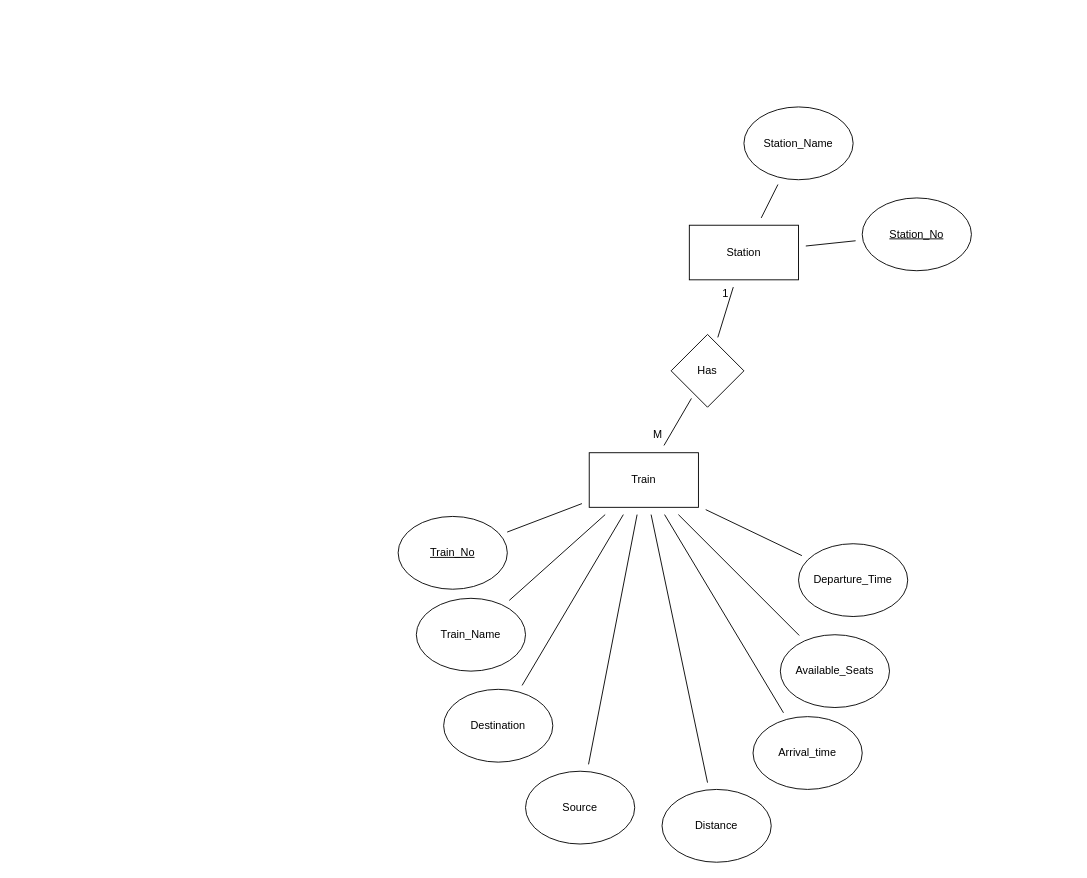
Earlier version of the draw.io diagram Railway-Management-System.drawio (TopVirusMinus/Railway-Management-System-Database). Source tidied: cells renumbered, new cells numbered last; positions are measured from the earlier drawing's top-left corner, leaving out a move shared by most shapes. Both pictures are drawn from the tidied source at 91%, with x=0, y=0 at pixel (398, 106).
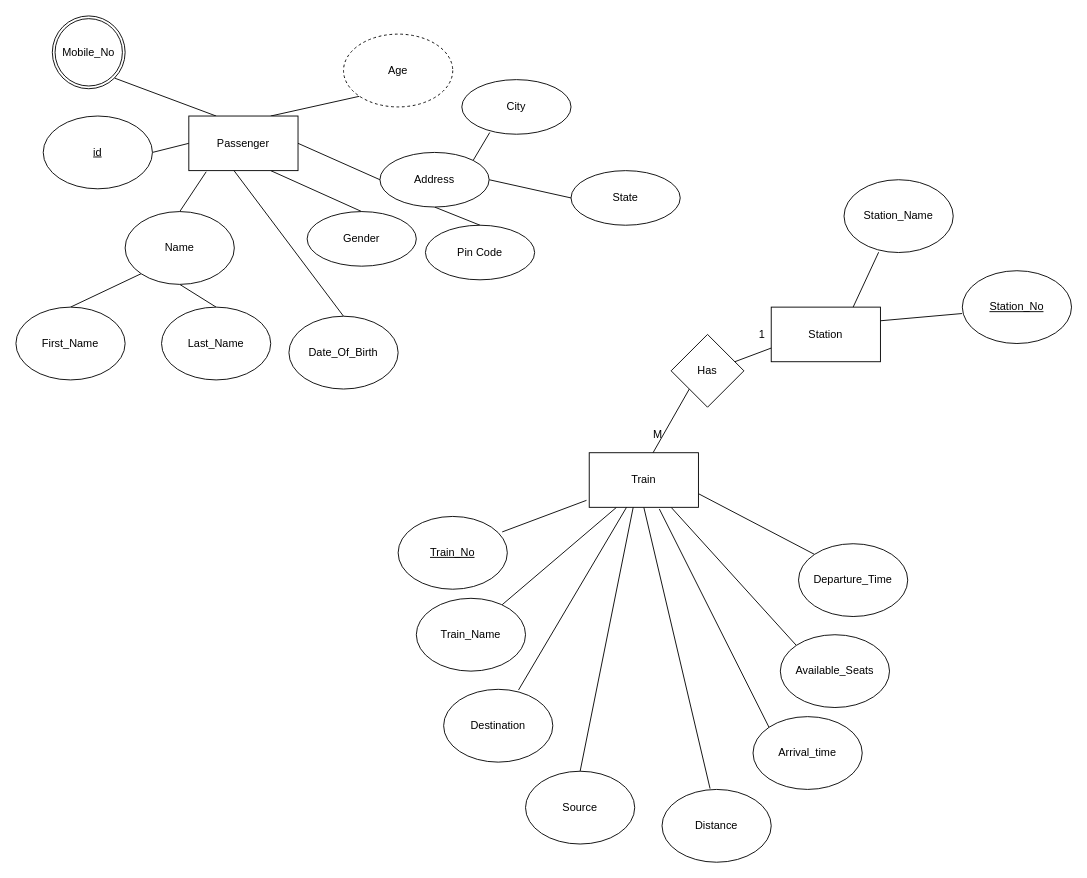
The same diagram, later.

Commit message:
Added Passenger Entity

Unchanged cells that the change refers to:
```xml
<mxCell id="11" value="Train" style="rounded=0;whiteSpace=wrap;html=1;hachureGap=4;" parent="1" vertex="1">
  <mxGeometry x="210" y="380" width="120" height="60" as="geometry" />
</mxCell>
<mxCell id="12" value="Arrival_time" style="ellipse;whiteSpace=wrap;html=1;hachureGap=4;" parent="1" vertex="1">
  <mxGeometry x="390" y="670" width="120" height="80" as="geometry" />
</mxCell>
<mxCell id="13" value="Source" style="ellipse;whiteSpace=wrap;html=1;hachureGap=4;" parent="1" vertex="1">
  <mxGeometry x="140" y="730" width="120" height="80" as="geometry" />
</mxCell>
<mxCell id="14" value="Destination" style="ellipse;whiteSpace=wrap;html=1;hachureGap=4;" parent="1" vertex="1">
  <mxGeometry x="50" y="640" width="120" height="80" as="geometry" />
</mxCell>
<mxCell id="15" value="Available_Seats" style="ellipse;whiteSpace=wrap;html=1;hachureGap=4;" parent="1" vertex="1">
  <mxGeometry x="420" y="580" width="120" height="80" as="geometry" />
</mxCell>
<mxCell id="16" value="Departure_Time" style="ellipse;whiteSpace=wrap;html=1;hachureGap=4;" parent="1" vertex="1">
  <mxGeometry x="440" y="480" width="120" height="80" as="geometry" />
</mxCell>
<mxCell id="17" value="Distance" style="ellipse;whiteSpace=wrap;html=1;hachureGap=4;" parent="1" vertex="1">
  <mxGeometry x="290" y="750" width="120" height="80" as="geometry" />
</mxCell>
<mxCell id="18" value="Train_Name" style="ellipse;whiteSpace=wrap;html=1;hachureGap=4;" parent="1" vertex="1">
  <mxGeometry x="20" y="540" width="120" height="80" as="geometry" />
</mxCell>
<mxCell id="19" value="&lt;u&gt;Train_No&lt;/u&gt;" style="ellipse;whiteSpace=wrap;html=1;hachureGap=4;" parent="1" vertex="1">
  <mxGeometry y="450" width="120" height="80" as="geometry" />
</mxCell>
<mxCell id="26" value="Has" style="rhombus;whiteSpace=wrap;html=1;hachureGap=4;" parent="1" vertex="1">
  <mxGeometry x="300" y="250" width="80" height="80" as="geometry" />
</mxCell>
```

Diff of the diagram source:
```diff
@@
-    <mxCell id="2" style="endArrow=none;html=1;rounded=0;sourcePerimeterSpacing=8;targetPerimeterSpacing=8;" parent="1" edge="1" source="11" target="18">
+    <mxCell id="2" style="endArrow=none;html=1;rounded=0;sourcePerimeterSpacing=8;targetPerimeterSpacing=8;entryX=0.786;entryY=0.088;entryDx=0;entryDy=0;entryPerimeter=0;exitX=0.25;exitY=1;exitDx=0;exitDy=0;" parent="1" edge="1" source="11" target="18">
       <mxGeometry relative="1" as="geometry" />
     </mxCell>
-    <mxCell id="3" style="endArrow=none;html=1;rounded=0;sourcePerimeterSpacing=8;targetPerimeterSpacing=8;" parent="1" edge="1" source="11" target="13">
+    <mxCell id="3" style="endArrow=none;html=1;rounded=0;sourcePerimeterSpacing=8;targetPerimeterSpacing=8;entryX=0.5;entryY=0;entryDx=0;entryDy=0;exitX=0.405;exitY=0.977;exitDx=0;exitDy=0;exitPerimeter=0;" parent="1" edge="1" source="11" target="13">
       <mxGeometry relative="1" as="geometry" />
     </mxCell>
-    <mxCell id="4" style="endArrow=none;html=1;rounded=0;sourcePerimeterSpacing=8;targetPerimeterSpacing=8;" parent="1" edge="1" source="11" target="19">
+    <mxCell id="4" style="endArrow=none;html=1;rounded=0;sourcePerimeterSpacing=8;targetPerimeterSpacing=8;exitX=-0.025;exitY=0.872;exitDx=0;exitDy=0;exitPerimeter=0;entryX=0.953;entryY=0.213;entryDx=0;entryDy=0;entryPerimeter=0;" parent="1" edge="1" source="11" target="19">
       <mxGeometry relative="1" as="geometry" />
     </mxCell>
-    <mxCell id="5" style="endArrow=none;html=1;rounded=0;sourcePerimeterSpacing=8;targetPerimeterSpacing=8;" parent="1" edge="1" source="11" target="17">
+    <mxCell id="5" style="endArrow=none;html=1;rounded=0;sourcePerimeterSpacing=8;targetPerimeterSpacing=8;exitX=0.5;exitY=1;exitDx=0;exitDy=0;entryX=0.44;entryY=-0.011;entryDx=0;entryDy=0;entryPerimeter=0;" parent="1" edge="1" source="11" target="17">
       <mxGeometry relative="1" as="geometry" />
     </mxCell>
-    <mxCell id="6" style="endArrow=none;html=1;rounded=0;sourcePerimeterSpacing=8;targetPerimeterSpacing=8;" parent="1" edge="1" source="11" target="12">
+    <mxCell id="6" style="endArrow=none;html=1;rounded=0;sourcePerimeterSpacing=8;targetPerimeterSpacing=8;entryX=0;entryY=0;entryDx=0;entryDy=0;exitX=0.642;exitY=1.03;exitDx=0;exitDy=0;exitPerimeter=0;" parent="1" edge="1" source="11" target="12">
       <mxGeometry relative="1" as="geometry" />
     </mxCell>
-    <mxCell id="7" style="endArrow=none;html=1;rounded=0;sourcePerimeterSpacing=8;targetPerimeterSpacing=8;" parent="1" edge="1" source="11" target="15">
+    <mxCell id="7" style="endArrow=none;html=1;rounded=0;sourcePerimeterSpacing=8;targetPerimeterSpacing=8;entryX=0;entryY=0;entryDx=0;entryDy=0;exitX=0.75;exitY=1;exitDx=0;exitDy=0;" parent="1" edge="1" source="11" target="15">
       <mxGeometry relative="1" as="geometry" />
     </mxCell>
-    <mxCell id="8" style="endArrow=none;html=1;rounded=0;sourcePerimeterSpacing=8;targetPerimeterSpacing=8;" parent="1" edge="1" source="11" target="16">
+    <mxCell id="8" style="endArrow=none;html=1;rounded=0;sourcePerimeterSpacing=8;targetPerimeterSpacing=8;entryX=0;entryY=0;entryDx=0;entryDy=0;exitX=1;exitY=0.75;exitDx=0;exitDy=0;" parent="1" edge="1" source="11" target="16">
       <mxGeometry relative="1" as="geometry" />
     </mxCell>
-    <mxCell id="9" style="endArrow=none;html=1;rounded=0;sourcePerimeterSpacing=8;targetPerimeterSpacing=8;" parent="1" edge="1" source="11" target="14">
+    <mxCell id="9" style="endArrow=none;html=1;rounded=0;sourcePerimeterSpacing=8;targetPerimeterSpacing=8;exitX=0.343;exitY=0.995;exitDx=0;exitDy=0;exitPerimeter=0;entryX=0.686;entryY=0.009;entryDx=0;entryDy=0;entryPerimeter=0;" parent="1" edge="1" source="11" target="14">
       <mxGeometry relative="1" as="geometry" />
     </mxCell>
-    <mxCell id="10" style="endArrow=none;html=1;rounded=0;sourcePerimeterSpacing=8;targetPerimeterSpacing=8;" parent="1" edge="1" source="11" target="26">
+    <mxCell id="10" style="endArrow=none;html=1;rounded=0;sourcePerimeterSpacing=8;targetPerimeterSpacing=8;exitX=0.571;exitY=0.047;exitDx=0;exitDy=0;exitPerimeter=0;entryX=0;entryY=1;entryDx=0;entryDy=0;" parent="1" edge="1" source="11" target="26">
       <mxGeometry relative="1" as="geometry" />
     </mxCell>
@@
-    <mxCell id="20" style="endArrow=none;html=1;rounded=0;sourcePerimeterSpacing=8;targetPerimeterSpacing=8;" parent="1" edge="1" source="22" target="24">
+    <mxCell id="20" style="endArrow=none;html=1;rounded=0;sourcePerimeterSpacing=8;targetPerimeterSpacing=8;exitX=0.75;exitY=0;exitDx=0;exitDy=0;entryX=0.317;entryY=0.996;entryDx=0;entryDy=0;entryPerimeter=0;" parent="1" edge="1" source="22" target="24">
       <mxGeometry relative="1" as="geometry" />
     </mxCell>
-    <mxCell id="21" style="endArrow=none;html=1;rounded=0;sourcePerimeterSpacing=8;targetPerimeterSpacing=8;" parent="1" edge="1" source="22" target="23">
+    <mxCell id="21" style="endArrow=none;html=1;rounded=0;sourcePerimeterSpacing=8;targetPerimeterSpacing=8;exitX=1;exitY=0.25;exitDx=0;exitDy=0;entryX=-0.003;entryY=0.588;entryDx=0;entryDy=0;entryPerimeter=0;" parent="1" edge="1" source="22" target="23">
       <mxGeometry relative="1" as="geometry" />
     </mxCell>
     <mxCell id="22" value="Station" style="rounded=0;whiteSpace=wrap;html=1;hachureGap=4;" parent="1" vertex="1">
-      <mxGeometry x="320" y="130" width="120" height="60" as="geometry" />
+      <mxGeometry x="410" y="220" width="120" height="60" as="geometry" />
     </mxCell>
     <mxCell id="23" value="&lt;u&gt;Station_No&lt;/u&gt;" style="ellipse;whiteSpace=wrap;html=1;hachureGap=4;" parent="1" vertex="1">
-      <mxGeometry x="510" y="100" width="120" height="80" as="geometry" />
+      <mxGeometry x="620" y="180" width="120" height="80" as="geometry" />
     </mxCell>
     <mxCell id="24" value="Station_Name" style="ellipse;whiteSpace=wrap;html=1;hachureGap=4;" parent="1" vertex="1">
-      <mxGeometry x="380" width="120" height="80" as="geometry" />
+      <mxGeometry x="490" y="80" width="120" height="80" as="geometry" />
     </mxCell>
-    <mxCell id="25" style="endArrow=none;html=1;rounded=0;sourcePerimeterSpacing=8;targetPerimeterSpacing=8;" parent="1" edge="1" source="26" target="22">
+    <mxCell id="25" style="endArrow=none;html=1;rounded=0;sourcePerimeterSpacing=8;targetPerimeterSpacing=8;exitX=0.851;exitY=0.384;exitDx=0;exitDy=0;exitPerimeter=0;entryX=0;entryY=0.75;entryDx=0;entryDy=0;" parent="1" edge="1" source="26" target="22">
       <mxGeometry relative="1" as="geometry" />
     </mxCell>
@@
     <mxCell id="27" value="1" style="text;strokeColor=none;fillColor=none;html=1;align=center;verticalAlign=middle;whiteSpace=wrap;rounded=0;hachureGap=4;" parent="1" vertex="1">
-      <mxGeometry x="330" y="190" width="60" height="30" as="geometry" />
+      <mxGeometry x="370" y="235" width="60" height="30" as="geometry" />
     </mxCell>
@@
+    <mxCell id="29" style="endArrow=none;html=1;rounded=0;sourcePerimeterSpacing=8;targetPerimeterSpacing=8;entryX=1;entryY=0.5;entryDx=0;entryDy=0;exitX=0;exitY=0.5;exitDx=0;exitDy=0;" parent="1" edge="1" source="36" target="40">
+      <mxGeometry relative="1" as="geometry" />
+    </mxCell>
+    <mxCell id="30" style="endArrow=none;html=1;rounded=0;sourcePerimeterSpacing=8;targetPerimeterSpacing=8;entryX=0.5;entryY=0;entryDx=0;entryDy=0;exitX=0.405;exitY=0.977;exitDx=0;exitDy=0;exitPerimeter=0;" parent="1" edge="1" source="36" target="37">
+      <mxGeometry relative="1" as="geometry" />
+    </mxCell>
+    <mxCell id="31" style="endArrow=none;html=1;rounded=0;sourcePerimeterSpacing=8;targetPerimeterSpacing=8;entryX=1;entryY=1;entryDx=0;entryDy=0;exitX=0.25;exitY=0;exitDx=0;exitDy=0;" parent="1" edge="1" source="36" target="39">
+      <mxGeometry relative="1" as="geometry" />
+    </mxCell>
+    <mxCell id="32" style="endArrow=none;html=1;rounded=0;sourcePerimeterSpacing=8;targetPerimeterSpacing=8;entryX=0;entryY=1;entryDx=0;entryDy=0;exitX=0.75;exitY=0;exitDx=0;exitDy=0;" parent="1" edge="1" source="36" target="38">
+      <mxGeometry relative="1" as="geometry" />
+    </mxCell>
+    <mxCell id="33" style="endArrow=none;html=1;rounded=0;sourcePerimeterSpacing=8;targetPerimeterSpacing=8;entryX=0.5;entryY=0;entryDx=0;entryDy=0;exitX=0.159;exitY=1.021;exitDx=0;exitDy=0;exitPerimeter=0;" parent="1" edge="1" source="36" target="43">
+      <mxGeometry relative="1" as="geometry" />
+    </mxCell>
+    <mxCell id="34" style="endArrow=none;html=1;rounded=0;sourcePerimeterSpacing=8;targetPerimeterSpacing=8;entryX=0.5;entryY=0;entryDx=0;entryDy=0;exitX=0.75;exitY=1;exitDx=0;exitDy=0;" parent="1" edge="1" source="36" target="46">
+      <mxGeometry relative="1" as="geometry" />
+    </mxCell>
+    <mxCell id="35" style="endArrow=none;html=1;rounded=0;sourcePerimeterSpacing=8;targetPerimeterSpacing=8;entryX=0;entryY=0.5;entryDx=0;entryDy=0;exitX=1;exitY=0.5;exitDx=0;exitDy=0;" parent="1" edge="1" source="36" target="50">
+      <mxGeometry relative="1" as="geometry" />
+    </mxCell>
+    <mxCell id="36" value="Passenger" style="rounded=0;whiteSpace=wrap;html=1;hachureGap=4;" parent="1" vertex="1">
+      <mxGeometry x="-230" y="10" width="120" height="60" as="geometry" />
+    </mxCell>
+    <mxCell id="37" value="Date_Of_Birth" style="ellipse;whiteSpace=wrap;html=1;hachureGap=4;" parent="1" vertex="1">
+      <mxGeometry x="-120" y="230" width="120" height="80" as="geometry" />
+    </mxCell>
+    <mxCell id="38" value="Age" style="ellipse;whiteSpace=wrap;html=1;hachureGap=4;dashed=1;" parent="1" vertex="1">
+      <mxGeometry x="-60" y="-80" width="120" height="80" as="geometry" />
+    </mxCell>
+    <mxCell id="39" value="Mobile_No" style="ellipse;shape=doubleEllipse;whiteSpace=wrap;html=1;hachureGap=4;margin=3;" parent="1" vertex="1">
+      <mxGeometry x="-380" y="-100" width="80" height="80" as="geometry" />
+    </mxCell>
+    <mxCell id="40" value="&lt;u&gt;id&lt;/u&gt;" style="ellipse;whiteSpace=wrap;html=1;hachureGap=4;" parent="1" vertex="1">
+      <mxGeometry x="-390" y="10" width="120" height="80" as="geometry" />
+    </mxCell>
+    <mxCell id="41" style="endArrow=none;html=1;rounded=0;sourcePerimeterSpacing=8;targetPerimeterSpacing=8;entryX=0.5;entryY=0;entryDx=0;entryDy=0;exitX=0;exitY=1;exitDx=0;exitDy=0;" parent="1" edge="1" source="43" target="44">
+      <mxGeometry relative="1" as="geometry" />
+    </mxCell>
+    <mxCell id="42" style="endArrow=none;html=1;rounded=0;sourcePerimeterSpacing=8;targetPerimeterSpacing=8;entryX=0.5;entryY=0;entryDx=0;entryDy=0;exitX=0.5;exitY=1;exitDx=0;exitDy=0;" parent="1" edge="1" source="43" target="45">
+      <mxGeometry relative="1" as="geometry" />
+    </mxCell>
+    <mxCell id="43" value="Name" style="ellipse;whiteSpace=wrap;html=1;hachureGap=4;" parent="1" vertex="1">
+      <mxGeometry x="-300" y="115" width="120" height="80" as="geometry" />
+    </mxCell>
+    <mxCell id="44" value="First_Name" style="ellipse;whiteSpace=wrap;html=1;hachureGap=4;" parent="1" vertex="1">
+      <mxGeometry x="-420" y="220" width="120" height="80" as="geometry" />
+    </mxCell>
+    <mxCell id="45" value="Last_Name" style="ellipse;whiteSpace=wrap;html=1;hachureGap=4;" parent="1" vertex="1">
+      <mxGeometry x="-260" y="220" width="120" height="80" as="geometry" />
+    </mxCell>
+    <mxCell id="46" value="Gender" style="ellipse;whiteSpace=wrap;html=1;hachureGap=4;" parent="1" vertex="1">
+      <mxGeometry x="-100" y="115" width="120" height="60" as="geometry" />
+    </mxCell>
+    <mxCell id="47" style="endArrow=none;html=1;rounded=0;sourcePerimeterSpacing=8;targetPerimeterSpacing=8;entryX=0.256;entryY=0.968;entryDx=0;entryDy=0;exitX=1;exitY=0;exitDx=0;exitDy=0;entryPerimeter=0;" parent="1" edge="1" source="50" target="51">
+      <mxGeometry relative="1" as="geometry" />
+    </mxCell>
+    <mxCell id="48" style="endArrow=none;html=1;rounded=0;sourcePerimeterSpacing=8;targetPerimeterSpacing=8;entryX=0.5;entryY=0;entryDx=0;entryDy=0;exitX=0.5;exitY=1;exitDx=0;exitDy=0;" parent="1" edge="1" source="50" target="52">
+      <mxGeometry relative="1" as="geometry" />
+    </mxCell>
+    <mxCell id="49" style="endArrow=none;html=1;rounded=0;sourcePerimeterSpacing=8;targetPerimeterSpacing=8;entryX=0;entryY=0.5;entryDx=0;entryDy=0;exitX=1;exitY=0.5;exitDx=0;exitDy=0;" parent="1" edge="1" source="50" target="53">
+      <mxGeometry relative="1" as="geometry" />
+    </mxCell>
+    <mxCell id="50" value="Address" style="ellipse;whiteSpace=wrap;html=1;hachureGap=4;" parent="1" vertex="1">
+      <mxGeometry x="-20" y="50" width="120" height="60" as="geometry" />
+    </mxCell>
+    <mxCell id="51" value="City" style="ellipse;whiteSpace=wrap;html=1;hachureGap=4;" parent="1" vertex="1">
+      <mxGeometry x="70" y="-30" width="120" height="60" as="geometry" />
+    </mxCell>
+    <mxCell id="52" value="Pin Code" style="ellipse;whiteSpace=wrap;html=1;hachureGap=4;" parent="1" vertex="1">
+      <mxGeometry x="30" y="130" width="120" height="60" as="geometry" />
+    </mxCell>
+    <mxCell id="53" value="State" style="ellipse;whiteSpace=wrap;html=1;hachureGap=4;" parent="1" vertex="1">
+      <mxGeometry x="190" y="70" width="120" height="60" as="geometry" />
+    </mxCell>
```
